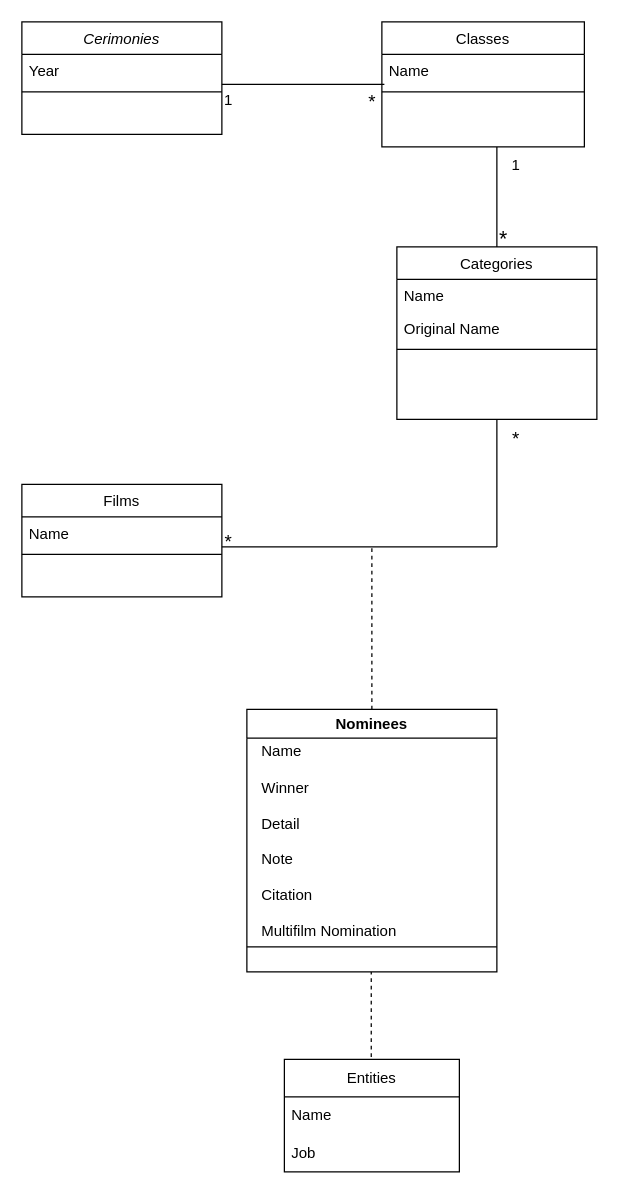
The draw.io diagram uml.drawio in QuAleAcEna/PythonAppOscars, before the edit. Source tidied: cells renumbered, new cells numbered last; positions are measured from the earlier drawing's top-left corner, leaving out a move shared by most shapes. Both pictures are drawn from the tidied source at 125%, with x=0, y=0 at pixel (21, 21).
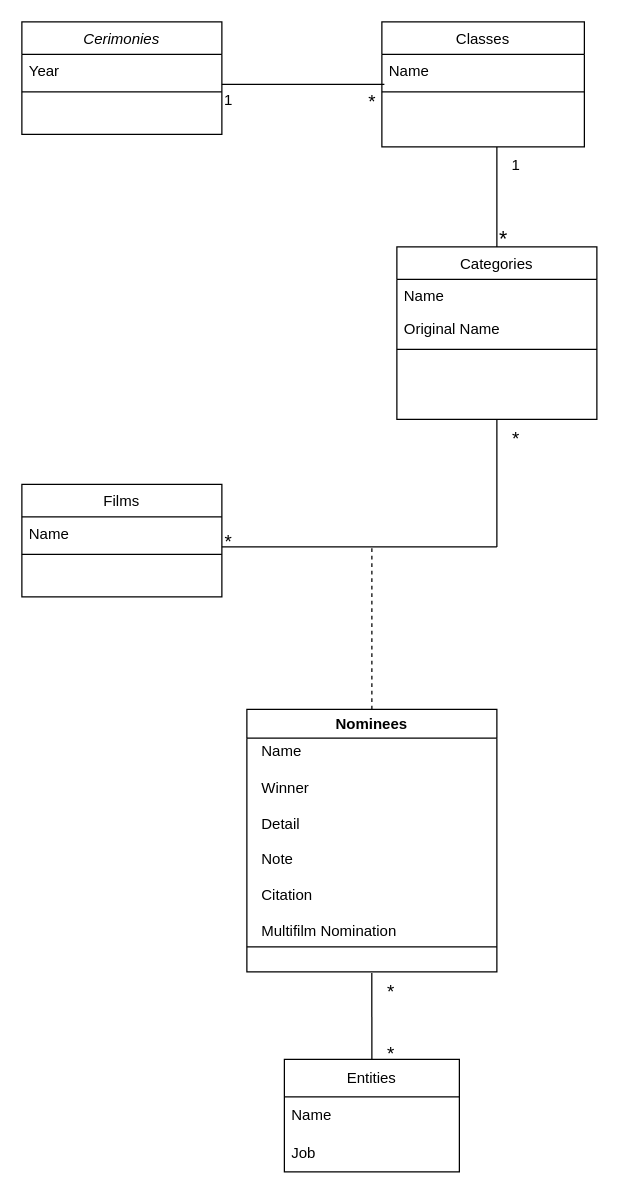
Above is the later version.

The change refers to these unchanged cells:
```xml
<mxCell id="17" value="&lt;div&gt;Name&lt;/div&gt;&lt;div&gt;&lt;br&gt;&lt;/div&gt;&lt;div&gt;Winner&lt;/div&gt;&lt;div&gt;&lt;br&gt;&lt;/div&gt;&lt;div&gt;Detail&lt;/div&gt;&lt;div&gt;&lt;br&gt;&lt;/div&gt;&lt;div&gt;Note&lt;/div&gt;&lt;div&gt;&lt;br&gt;&lt;/div&gt;&lt;div&gt;Citation&lt;/div&gt;&lt;div&gt;&lt;br&gt;&lt;/div&gt;&lt;div&gt;Multifilm Nomination&lt;/div&gt;&lt;div&gt;&lt;br&gt;&lt;/div&gt;" style="text;html=1;align=left;verticalAlign=top;points=[];strokeColor=none;fillColor=none;" parent="16" vertex="1">
  <mxGeometry x="10" y="20" width="130" height="190" as="geometry" />
</mxCell>
<mxCell id="20" value="Entities" style="swimlane;fontStyle=0;horizontal=1;startSize=30;whiteSpace=wrap;html=1;" parent="1" vertex="1">
  <mxGeometry x="210" y="830" width="140" height="90" as="geometry" />
</mxCell>
```

What changed in the source:
```diff
@@
-    <mxCell id="19" style="endArrow=none;dashed=1;html=1;rounded=0;" parent="1" edge="1">
-      <mxGeometry relative="1" as="geometry">
-        <mxPoint x="279.5" y="840" as="sourcePoint" />
-        <mxPoint x="279.5" y="760" as="targetPoint" />
-      </mxGeometry>
-    </mxCell>
@@
+    <mxCell id="33" style="endArrow=none;html=1;rounded=0;exitX=0.5;exitY=0;exitDx=0;exitDy=0;entryX=0.692;entryY=1.005;entryDx=0;entryDy=0;entryPerimeter=0;" parent="1" edge="1" source="20" target="17">
+      <mxGeometry relative="1" as="geometry" />
+    </mxCell>
+    <mxCell id="34" value="&lt;font style=&quot;font-size: 15px;&quot;&gt;*&lt;/font&gt;" style="text;html=1;align=center;verticalAlign=middle;strokeColor=none;fillColor=none;" parent="1" vertex="1">
+      <mxGeometry x="280" y="810" width="30" height="30" as="geometry" />
+    </mxCell>
+    <mxCell id="35" value="&lt;font style=&quot;font-size: 15px;&quot;&gt;*&lt;/font&gt;" style="text;html=1;align=center;verticalAlign=middle;strokeColor=none;fillColor=none;" parent="1" vertex="1">
+      <mxGeometry x="280" y="760" width="30" height="30" as="geometry" />
+    </mxCell>
```
